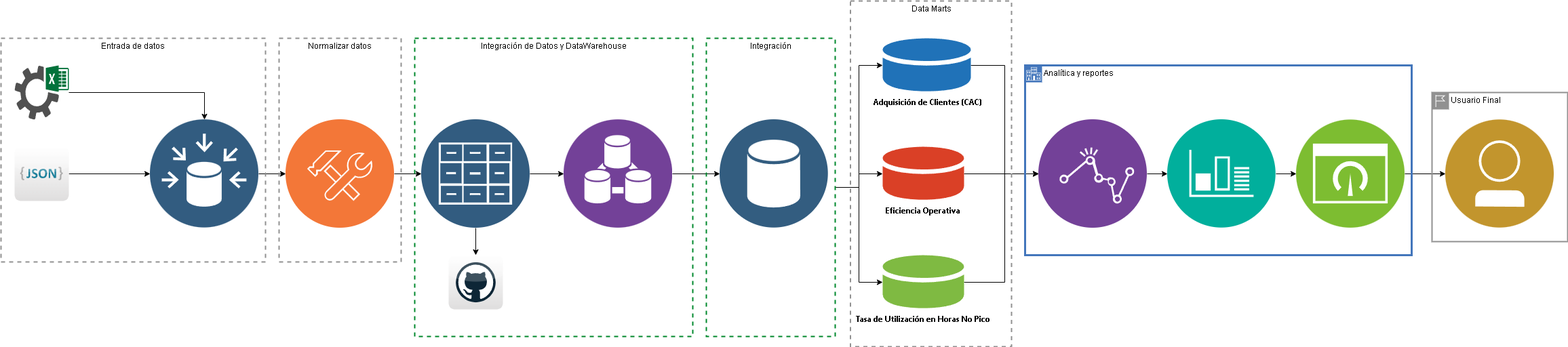
Earlier version of the draw.io export BI/Project_BI/Diagrams/BI_DataArch.png (vmbayona/Ares). Source tidied: cells renumbered, new cells last; positions are measured from the earlier drawing's top-left corner, leaving out a move shared by most shapes.
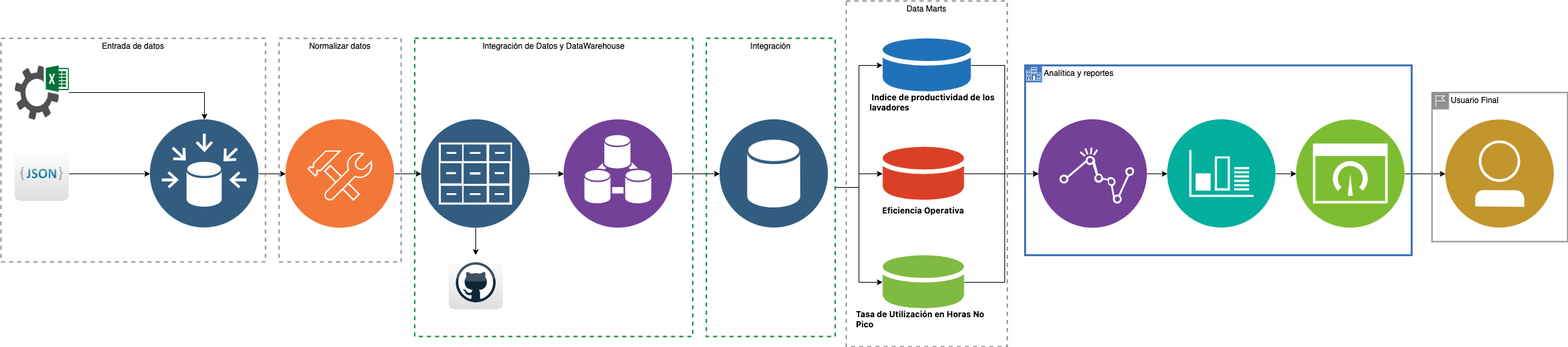
After the change.

Change to the diagram source:
```diff
@@ -106,8 +106,8 @@
     <mxCell id="34" style="sketch=0;shadow=0;dashed=0;html=1;strokeColor=none;labelPosition=center;verticalLabelPosition=bottom;verticalAlign=top;outlineConnect=0;align=center;shape=mxgraph.office.databases.database_mini_1;fillColor=#7FBA42;" parent="1" vertex="1">
       <mxGeometry x="1300" y="375" width="120" height="80" as="geometry" />
     </mxCell>
-    <mxCell id="35" value="&lt;div style=&quot;text-align: left;&quot;&gt;&lt;font face=&quot;WordVisi_MSFontService, system-ui, system-ui_EmbeddedFont, system-ui_MSFontService, sans-serif&quot;&gt;&lt;b&gt;&amp;nbsp;Adquisición de Clientes (CAC)&lt;/b&gt;&lt;/font&gt;&lt;/div&gt;&lt;span style=&quot;accent-color: auto; place-content: normal; place-items: normal; place-self: auto; alignment-baseline: auto; animation: 0s ease 0s 1 normal none running none; animation-composition: replace; app-region: none; appearance: none; aspect-ratio: auto; backdrop-filter: none; backface-visibility: visible; background: none 0% 0% / auto repeat scroll padding-box border-box rgba(0, 0, 0, 0); background-blend-mode: normal; baseline-shift: 0px; baseline-source: auto; border-image: none 100% / 1 / 0 stretch; border-color: rgb(0, 0, 0); border-collapse: separate; border-end-end-radius: 0px; border-end-start-radius: 0px; border-width: 0px; border-style: none; border-spacing: 0px; border-start-end-radius: 0px; border-start-start-radius: 0px; border-radius: 0px; inset: auto; box-shadow: none; box-sizing: content-box; break-after: auto; break-before: auto; break-inside: auto; buffered-rendering: auto; caption-side: top; caret-color: rgb(0, 0, 0); clear: none; clip: auto; clip-path: none; clip-rule: nonzero; color-interpolation: srgb; color-interpolation-filters: linearrgb; color-rendering: auto; color-scheme: normal; columns: auto; column-fill: balance; gap: normal; column-rule: 0px rgb(0, 0, 0); column-span: none; contain: none; contain-intrinsic-block-size: none; contain-intrinsic-size: none; contain-intrinsic-inline-size: none; container: none; content: normal; content-visibility: visible; counter-increment: none; counter-reset: none; counter-set: none; cursor: text; cx: 0px; cy: 0px; d: none; direction: ltr; display: inline; dominant-baseline: auto; empty-cells: show; fill: rgb(0, 0, 0); fill-opacity: 1; fill-rule: nonzero; filter: none; flex: 0 1 auto; flex-flow: row; float: none; flood-color: rgb(0, 0, 0); flood-opacity: 1; font-family: WordVisi_MSFontService, &amp;quot;system-ui&amp;quot;, system-ui_EmbeddedFont, system-ui_MSFontService, sans-serif; font-feature-settings: normal; font-kerning: none; font-optical-sizing: auto; font-palette: normal; font-size: 16px; font-stretch: 100%; font-synthesis: weight style small-caps; font-variant-ligatures: no-common-ligatures no-discretionary-ligatures no-historical-ligatures no-contextual; font-variant-numeric: normal; font-variant-east-asian: normal; font-variant-alternates: normal; font-variant-position: normal; font-variation-settings: normal; font-weight: 700; forced-color-adjust: auto; grid-area: auto / auto / auto / auto; grid: none; height: auto; hyphenate-character: auto; hyphenate-limit-chars: auto; hyphens: manual; image-orientation: from-image; image-rendering: auto; initial-letter: normal; inline-size: auto; inset-block: auto; inset-inline: auto; isolation: auto; lighting-color: rgb(255, 255, 255); line-break: auto; line-height: 22.6625px; list-style: outside none disc; margin: 0px; marker: none; mask: none; mask-type: luminance; math-depth: 0; math-shift: normal; math-style: normal; max-height: none; max-width: none; min-height: 0px; min-width: 0px; mix-blend-mode: normal; object-fit: fill; object-position: 50% 50%; object-view-box: none; offset: auto; opacity: 1; order: 0; outline: rgb(0, 0, 0) none 0px; outline-offset: 0px; overflow: visible; overflow-anchor: auto; overflow-clip-margin: 0px; overflow-wrap: break-word; overlay: none; overscroll-behavior-block: auto; overscroll-behavior-inline: auto; overscroll-behavior: auto; padding: 0px; page: auto; paint-order: normal; perspective: none; perspective-origin: 0px 0px; pointer-events: auto; position: static; quotes: auto; r: 0px; resize: none; rotate: none; ruby-position: over; rx: auto; ry: auto; scale: none; scroll-behavior: auto; scroll-margin-block: 0px; scroll-margin: 0px; scroll-margin-inline: 0px; scroll-padding-block: auto; scroll-padding: auto; scroll-padding-inline: auto; scroll-snap-align: none; scroll-snap-stop: normal; scroll-snap-type: none; scroll-timeline: none; scrollbar-gutter: auto; shape-image-threshold: 0; shape-margin: 0px; shape-outside: none; shape-rendering: auto; speak: normal; stop-color: rgb(0, 0, 0); stop-opacity: 1; stroke: none; stroke-dasharray: none; stroke-dashoffset: 0px; stroke-linecap: butt; stroke-linejoin: miter; stroke-miterlimit: 4; stroke-opacity: 1; stroke-width: 1px; tab-size: 8; table-layout: auto; text-align: left; text-align-last: auto; text-anchor: start; text-combine-upright: none; text-decoration-style: solid; text-decoration-color: rgb(0, 0, 0); text-decoration-skip-ink: auto; text-emphasis: none rgb(0, 0, 0); text-emphasis-position: over; text-orientation: mixed; text-overflow: clip; text-rendering: auto; text-shadow: none; text-size-adjust: auto; text-underline-offset: auto; text-underline-position: auto; timeline-scope: none; touch-action: auto; transform: none; transform-box: view-box; transform-origin: 0px 0px; transform-style: flat; transition: all 0s ease 0s; translate: none; unicode-bidi: normal; user-select: text; vector-effect: none; vertical-align: baseline; view-timeline: none; view-transition-name: none; visibility: visible; border-block-end: 0px none rgb(0, 0, 0); border-block-start: 0px none rgb(0, 0, 0); border-inline-end: 0px none rgb(0, 0, 0); -webkit-border-image: none; border-inline-start: 0px none rgb(0, 0, 0); -webkit-box-align: stretch; -webkit-box-decoration-break: slice; -webkit-box-direction: normal; -webkit-box-flex: 0; -webkit-box-ordinal-group: 1; -webkit-box-orient: horizontal; -webkit-box-pack: start; -webkit-font-smoothing: auto; -webkit-line-break: auto; -webkit-locale: &amp;quot;ES-CO&amp;quot;; block-size: auto; margin-block: 0px; margin-inline: 0px; -webkit-mask-box-image-source: none; -webkit-mask-box-image-slice: 0 fill; -webkit-mask-box-image-width: auto; -webkit-mask-box-image-outset: 0; -webkit-mask-box-image-repeat: stretch; -webkit-mask: none 0% 0% / auto repeat border-box border-box; -webkit-mask-composite: source-over; max-block-size: none; max-inline-size: none; min-block-size: 0px; min-inline-size: 0px; padding-block: 0px; padding-inline: 0px; -webkit-print-color-adjust: economy; -webkit-rtl-ordering: logical; -webkit-ruby-position: before; -webkit-tap-highlight-color: rgba(0, 0, 0, 0); -webkit-text-combine: none; -webkit-text-fill-color: rgb(0, 0, 0); -webkit-text-orientation: vertical-right; -webkit-text-security: none; -webkit-text-stroke-color: rgb(0, 0, 0); -webkit-user-drag: none; -webkit-user-modify: read-only; -webkit-writing-mode: horizontal-tb; width: auto; will-change: auto; word-break: normal; writing-mode: horizontal-tb; x: 0px; y: 0px; z-index: auto; zoom: 1;&quot; class=&quot;TextRun SCXW139279799 BCX0&quot; lang=&quot;ES-CO&quot; data-contrast=&quot;auto&quot;&gt;&lt;/span&gt;" style="text;html=1;strokeColor=none;fillColor=none;align=center;verticalAlign=middle;whiteSpace=wrap;rounded=0;" parent="1" vertex="1">
-      <mxGeometry x="1270" y="135" width="190" height="30" as="geometry" />
+    <mxCell id="35" value="&lt;div style=&quot;text-align: left;&quot;&gt;&lt;font face=&quot;WordVisi_MSFontService, system-ui, system-ui_EmbeddedFont, system-ui_MSFontService, sans-serif&quot;&gt;&lt;b&gt;&amp;nbsp;Indice de productividad de los lavadores&lt;/b&gt;&lt;/font&gt;&lt;/div&gt;&lt;span style=&quot;accent-color: auto; place-content: normal; place-items: normal; place-self: auto; alignment-baseline: auto; animation: 0s ease 0s 1 normal none running none; animation-composition: replace; app-region: none; appearance: none; aspect-ratio: auto; backdrop-filter: none; backface-visibility: visible; background: none 0% 0% / auto repeat scroll padding-box border-box rgba(0, 0, 0, 0); background-blend-mode: normal; baseline-shift: 0px; baseline-source: auto; border-image: none 100% / 1 / 0 stretch; border-color: rgb(0, 0, 0); border-collapse: separate; border-end-end-radius: 0px; border-end-start-radius: 0px; border-width: 0px; border-style: none; border-spacing: 0px; border-start-end-radius: 0px; border-start-start-radius: 0px; border-radius: 0px; inset: auto; box-shadow: none; box-sizing: content-box; break-after: auto; break-before: auto; break-inside: auto; buffered-rendering: auto; caption-side: top; caret-color: rgb(0, 0, 0); clear: none; clip: auto; clip-path: none; clip-rule: nonzero; color-interpolation: srgb; color-interpolation-filters: linearrgb; color-rendering: auto; color-scheme: normal; columns: auto; column-fill: balance; gap: normal; column-rule: 0px rgb(0, 0, 0); column-span: none; contain: none; contain-intrinsic-block-size: none; contain-intrinsic-size: none; contain-intrinsic-inline-size: none; container: none; content: normal; content-visibility: visible; counter-increment: none; counter-reset: none; counter-set: none; cursor: text; cx: 0px; cy: 0px; d: none; direction: ltr; display: inline; dominant-baseline: auto; empty-cells: show; fill: rgb(0, 0, 0); fill-opacity: 1; fill-rule: nonzero; filter: none; flex: 0 1 auto; flex-flow: row; float: none; flood-color: rgb(0, 0, 0); flood-opacity: 1; font-family: WordVisi_MSFontService, &amp;quot;system-ui&amp;quot;, system-ui_EmbeddedFont, system-ui_MSFontService, sans-serif; font-feature-settings: normal; font-kerning: none; font-optical-sizing: auto; font-palette: normal; font-size: 16px; font-stretch: 100%; font-synthesis: weight style small-caps; font-variant-ligatures: no-common-ligatures no-discretionary-ligatures no-historical-ligatures no-contextual; font-variant-numeric: normal; font-variant-east-asian: normal; font-variant-alternates: normal; font-variant-position: normal; font-variation-settings: normal; font-weight: 700; forced-color-adjust: auto; grid-area: auto / auto / auto / auto; grid: none; height: auto; hyphenate-character: auto; hyphenate-limit-chars: auto; hyphens: manual; image-orientation: from-image; image-rendering: auto; initial-letter: normal; inline-size: auto; inset-block: auto; inset-inline: auto; isolation: auto; lighting-color: rgb(255, 255, 255); line-break: auto; line-height: 22.6625px; list-style: outside none disc; margin: 0px; marker: none; mask: none; mask-type: luminance; math-depth: 0; math-shift: normal; math-style: normal; max-height: none; max-width: none; min-height: 0px; min-width: 0px; mix-blend-mode: normal; object-fit: fill; object-position: 50% 50%; object-view-box: none; offset: auto; opacity: 1; order: 0; outline: rgb(0, 0, 0) none 0px; outline-offset: 0px; overflow: visible; overflow-anchor: auto; overflow-clip-margin: 0px; overflow-wrap: break-word; overlay: none; overscroll-behavior-block: auto; overscroll-behavior-inline: auto; overscroll-behavior: auto; padding: 0px; page: auto; paint-order: normal; perspective: none; perspective-origin: 0px 0px; pointer-events: auto; position: static; quotes: auto; r: 0px; resize: none; rotate: none; ruby-position: over; rx: auto; ry: auto; scale: none; scroll-behavior: auto; scroll-margin-block: 0px; scroll-margin: 0px; scroll-margin-inline: 0px; scroll-padding-block: auto; scroll-padding: auto; scroll-padding-inline: auto; scroll-snap-align: none; scroll-snap-stop: normal; scroll-snap-type: none; scroll-timeline: none; scrollbar-gutter: auto; shape-image-threshold: 0; shape-margin: 0px; shape-outside: none; shape-rendering: auto; speak: normal; stop-color: rgb(0, 0, 0); stop-opacity: 1; stroke: none; stroke-dasharray: none; stroke-dashoffset: 0px; stroke-linecap: butt; stroke-linejoin: miter; stroke-miterlimit: 4; stroke-opacity: 1; stroke-width: 1px; tab-size: 8; table-layout: auto; text-align: left; text-align-last: auto; text-anchor: start; text-combine-upright: none; text-decoration-style: solid; text-decoration-color: rgb(0, 0, 0); text-decoration-skip-ink: auto; text-emphasis: none rgb(0, 0, 0); text-emphasis-position: over; text-orientation: mixed; text-overflow: clip; text-rendering: auto; text-shadow: none; text-size-adjust: auto; text-underline-offset: auto; text-underline-position: auto; timeline-scope: none; touch-action: auto; transform: none; transform-box: view-box; transform-origin: 0px 0px; transform-style: flat; transition: all 0s ease 0s; translate: none; unicode-bidi: normal; user-select: text; vector-effect: none; vertical-align: baseline; view-timeline: none; view-transition-name: none; visibility: visible; border-block-end: 0px none rgb(0, 0, 0); border-block-start: 0px none rgb(0, 0, 0); border-inline-end: 0px none rgb(0, 0, 0); -webkit-border-image: none; border-inline-start: 0px none rgb(0, 0, 0); -webkit-box-align: stretch; -webkit-box-decoration-break: slice; -webkit-box-direction: normal; -webkit-box-flex: 0; -webkit-box-ordinal-group: 1; -webkit-box-orient: horizontal; -webkit-box-pack: start; -webkit-font-smoothing: auto; -webkit-line-break: auto; -webkit-locale: &amp;quot;ES-CO&amp;quot;; block-size: auto; margin-block: 0px; margin-inline: 0px; -webkit-mask-box-image-source: none; -webkit-mask-box-image-slice: 0 fill; -webkit-mask-box-image-width: auto; -webkit-mask-box-image-outset: 0; -webkit-mask-box-image-repeat: stretch; -webkit-mask: none 0% 0% / auto repeat border-box border-box; -webkit-mask-composite: source-over; max-block-size: none; max-inline-size: none; min-block-size: 0px; min-inline-size: 0px; padding-block: 0px; padding-inline: 0px; -webkit-print-color-adjust: economy; -webkit-rtl-ordering: logical; -webkit-ruby-position: before; -webkit-tap-highlight-color: rgba(0, 0, 0, 0); -webkit-text-combine: none; -webkit-text-fill-color: rgb(0, 0, 0); -webkit-text-orientation: vertical-right; -webkit-text-security: none; -webkit-text-stroke-color: rgb(0, 0, 0); -webkit-user-drag: none; -webkit-user-modify: read-only; -webkit-writing-mode: horizontal-tb; width: auto; will-change: auto; word-break: normal; writing-mode: horizontal-tb; x: 0px; y: 0px; z-index: auto; zoom: 1;&quot; class=&quot;TextRun SCXW139279799 BCX0&quot; lang=&quot;ES-CO&quot; data-contrast=&quot;auto&quot;&gt;&lt;/span&gt;" style="text;html=1;strokeColor=none;fillColor=none;align=center;verticalAlign=middle;whiteSpace=wrap;rounded=0;" parent="1" vertex="1">
+      <mxGeometry x="1280" y="135" width="190" height="30" as="geometry" />
     </mxCell>
     <mxCell id="36" value="&lt;div style=&quot;text-align: left;&quot;&gt;&lt;font face=&quot;WordVisi_MSFontService, system-ui, system-ui_EmbeddedFont, system-ui_MSFontService, sans-serif&quot;&gt;&lt;b&gt;Eficiencia Operativa&lt;/b&gt;&lt;/font&gt;&lt;/div&gt;&lt;span style=&quot;accent-color: auto; place-content: normal; place-items: normal; place-self: auto; alignment-baseline: auto; animation: 0s ease 0s 1 normal none running none; animation-composition: replace; app-region: none; appearance: none; aspect-ratio: auto; backdrop-filter: none; backface-visibility: visible; background: none 0% 0% / auto repeat scroll padding-box border-box rgba(0, 0, 0, 0); background-blend-mode: normal; baseline-shift: 0px; baseline-source: auto; border-image: none 100% / 1 / 0 stretch; border-color: rgb(0, 0, 0); border-collapse: separate; border-end-end-radius: 0px; border-end-start-radius: 0px; border-width: 0px; border-style: none; border-spacing: 0px; border-start-end-radius: 0px; border-start-start-radius: 0px; border-radius: 0px; inset: auto; box-shadow: none; box-sizing: content-box; break-after: auto; break-before: auto; break-inside: auto; buffered-rendering: auto; caption-side: top; caret-color: rgb(0, 0, 0); clear: none; clip: auto; clip-path: none; clip-rule: nonzero; color-interpolation: srgb; color-interpolation-filters: linearrgb; color-rendering: auto; color-scheme: normal; columns: auto; column-fill: balance; gap: normal; column-rule: 0px rgb(0, 0, 0); column-span: none; contain: none; contain-intrinsic-block-size: none; contain-intrinsic-size: none; contain-intrinsic-inline-size: none; container: none; content: normal; content-visibility: visible; counter-increment: none; counter-reset: none; counter-set: none; cursor: text; cx: 0px; cy: 0px; d: none; direction: ltr; display: inline; dominant-baseline: auto; empty-cells: show; fill: rgb(0, 0, 0); fill-opacity: 1; fill-rule: nonzero; filter: none; flex: 0 1 auto; flex-flow: row; float: none; flood-color: rgb(0, 0, 0); flood-opacity: 1; font-family: WordVisi_MSFontService, &amp;quot;system-ui&amp;quot;, system-ui_EmbeddedFont, system-ui_MSFontService, sans-serif; font-feature-settings: normal; font-kerning: none; font-optical-sizing: auto; font-palette: normal; font-size: 16px; font-stretch: 100%; font-synthesis: weight style small-caps; font-variant-ligatures: no-common-ligatures no-discretionary-ligatures no-historical-ligatures no-contextual; font-variant-numeric: normal; font-variant-east-asian: normal; font-variant-alternates: normal; font-variant-position: normal; font-variation-settings: normal; font-weight: 700; forced-color-adjust: auto; grid-area: auto / auto / auto / auto; grid: none; height: auto; hyphenate-character: auto; hyphenate-limit-chars: auto; hyphens: manual; image-orientation: from-image; image-rendering: auto; initial-letter: normal; inline-size: auto; inset-block: auto; inset-inline: auto; isolation: auto; lighting-color: rgb(255, 255, 255); line-break: auto; line-height: 22.6625px; list-style: outside none disc; margin: 0px; marker: none; mask: none; mask-type: luminance; math-depth: 0; math-shift: normal; math-style: normal; max-height: none; max-width: none; min-height: 0px; min-width: 0px; mix-blend-mode: normal; object-fit: fill; object-position: 50% 50%; object-view-box: none; offset: auto; opacity: 1; order: 0; outline: rgb(0, 0, 0) none 0px; outline-offset: 0px; overflow: visible; overflow-anchor: auto; overflow-clip-margin: 0px; overflow-wrap: break-word; overlay: none; overscroll-behavior-block: auto; overscroll-behavior-inline: auto; overscroll-behavior: auto; padding: 0px; page: auto; paint-order: normal; perspective: none; perspective-origin: 0px 0px; pointer-events: auto; position: static; quotes: auto; r: 0px; resize: none; rotate: none; ruby-position: over; rx: auto; ry: auto; scale: none; scroll-behavior: auto; scroll-margin-block: 0px; scroll-margin: 0px; scroll-margin-inline: 0px; scroll-padding-block: auto; scroll-padding: auto; scroll-padding-inline: auto; scroll-snap-align: none; scroll-snap-stop: normal; scroll-snap-type: none; scroll-timeline: none; scrollbar-gutter: auto; shape-image-threshold: 0; shape-margin: 0px; shape-outside: none; shape-rendering: auto; speak: normal; stop-color: rgb(0, 0, 0); stop-opacity: 1; stroke: none; stroke-dasharray: none; stroke-dashoffset: 0px; stroke-linecap: butt; stroke-linejoin: miter; stroke-miterlimit: 4; stroke-opacity: 1; stroke-width: 1px; tab-size: 8; table-layout: auto; text-align: left; text-align-last: auto; text-anchor: start; text-combine-upright: none; text-decoration-style: solid; text-decoration-color: rgb(0, 0, 0); text-decoration-skip-ink: auto; text-emphasis: none rgb(0, 0, 0); text-emphasis-position: over; text-orientation: mixed; text-overflow: clip; text-rendering: auto; text-shadow: none; text-size-adjust: auto; text-underline-offset: auto; text-underline-position: auto; timeline-scope: none; touch-action: auto; transform: none; transform-box: view-box; transform-origin: 0px 0px; transform-style: flat; transition: all 0s ease 0s; translate: none; unicode-bidi: normal; user-select: text; vector-effect: none; vertical-align: baseline; view-timeline: none; view-transition-name: none; visibility: visible; border-block-end: 0px none rgb(0, 0, 0); border-block-start: 0px none rgb(0, 0, 0); border-inline-end: 0px none rgb(0, 0, 0); -webkit-border-image: none; border-inline-start: 0px none rgb(0, 0, 0); -webkit-box-align: stretch; -webkit-box-decoration-break: slice; -webkit-box-direction: normal; -webkit-box-flex: 0; -webkit-box-ordinal-group: 1; -webkit-box-orient: horizontal; -webkit-box-pack: start; -webkit-font-smoothing: auto; -webkit-line-break: auto; -webkit-locale: &amp;quot;ES-CO&amp;quot;; block-size: auto; margin-block: 0px; margin-inline: 0px; -webkit-mask-box-image-source: none; -webkit-mask-box-image-slice: 0 fill; -webkit-mask-box-image-width: auto; -webkit-mask-box-image-outset: 0; -webkit-mask-box-image-repeat: stretch; -webkit-mask: none 0% 0% / auto repeat border-box border-box; -webkit-mask-composite: source-over; max-block-size: none; max-inline-size: none; min-block-size: 0px; min-inline-size: 0px; padding-block: 0px; padding-inline: 0px; -webkit-print-color-adjust: economy; -webkit-rtl-ordering: logical; -webkit-ruby-position: before; -webkit-tap-highlight-color: rgba(0, 0, 0, 0); -webkit-text-combine: none; -webkit-text-fill-color: rgb(0, 0, 0); -webkit-text-orientation: vertical-right; -webkit-text-security: none; -webkit-text-stroke-color: rgb(0, 0, 0); -webkit-user-drag: none; -webkit-user-modify: read-only; -webkit-writing-mode: horizontal-tb; width: auto; will-change: auto; word-break: normal; writing-mode: horizontal-tb; x: 0px; y: 0px; z-index: auto; zoom: 1;&quot; class=&quot;TextRun SCXW221592100 BCX0&quot; lang=&quot;ES-CO&quot; data-contrast=&quot;auto&quot;&gt;&lt;/span&gt;&lt;div style=&quot;text-align: left;&quot;&gt;&lt;/div&gt;" style="text;html=1;strokeColor=none;fillColor=none;align=center;verticalAlign=middle;whiteSpace=wrap;rounded=0;" parent="1" vertex="1">
       <mxGeometry x="1265" y="295" width="190" height="30" as="geometry" />
@@ -116,7 +116,7 @@
       <mxGeometry x="1260" y="455" width="200" height="30" as="geometry" />
     </mxCell>
     <mxCell id="38" value="Data Marts" style="fontStyle=0;verticalAlign=top;align=center;spacingTop=-2;fillColor=none;rounded=0;whiteSpace=wrap;html=1;strokeColor=#919191;strokeWidth=2;dashed=1;" parent="1" vertex="1">
-      <mxGeometry x="1252.5" width="237.5" height="510" as="geometry" />
+      <mxGeometry x="1246.2" width="237.5" height="510" as="geometry" />
     </mxCell>
     <mxCell id="39" style="edgeStyle=orthogonalEdgeStyle;rounded=0;jettySize=auto;html=1;entryX=0;entryY=0.5;entryDx=0;entryDy=0;" parent="1" edge="1" source="40" target="20">
       <mxGeometry relative="1" as="geometry" />
```
